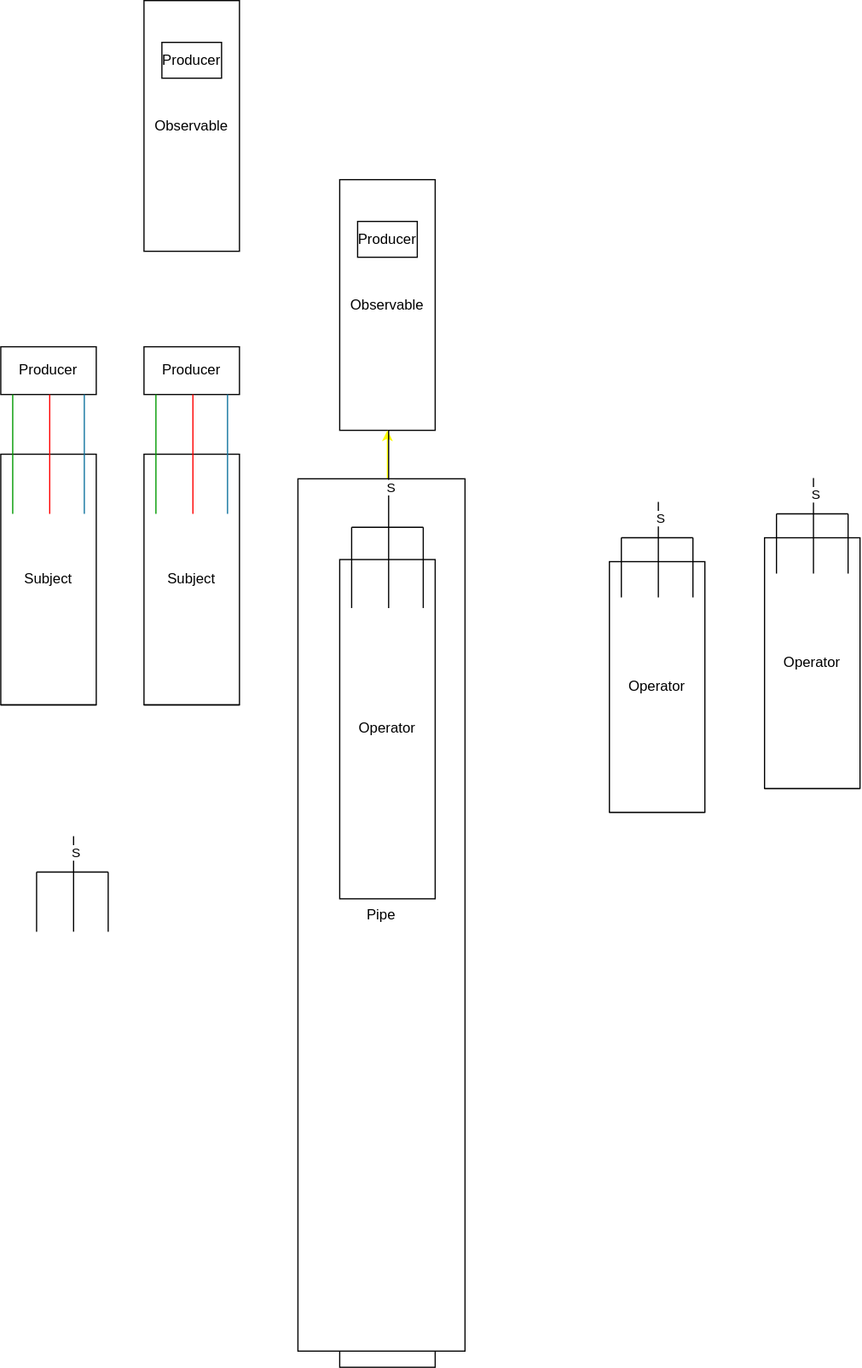
Above: RxJs Observables.drawio.svg in hansschenker/rx-angular-state-counter-demo-hans (draw.io), before the change. Source tidied: cells renumbered, new cells last; positions are measured from the earlier drawing's top-left corner, leaving out a move shared by most shapes.
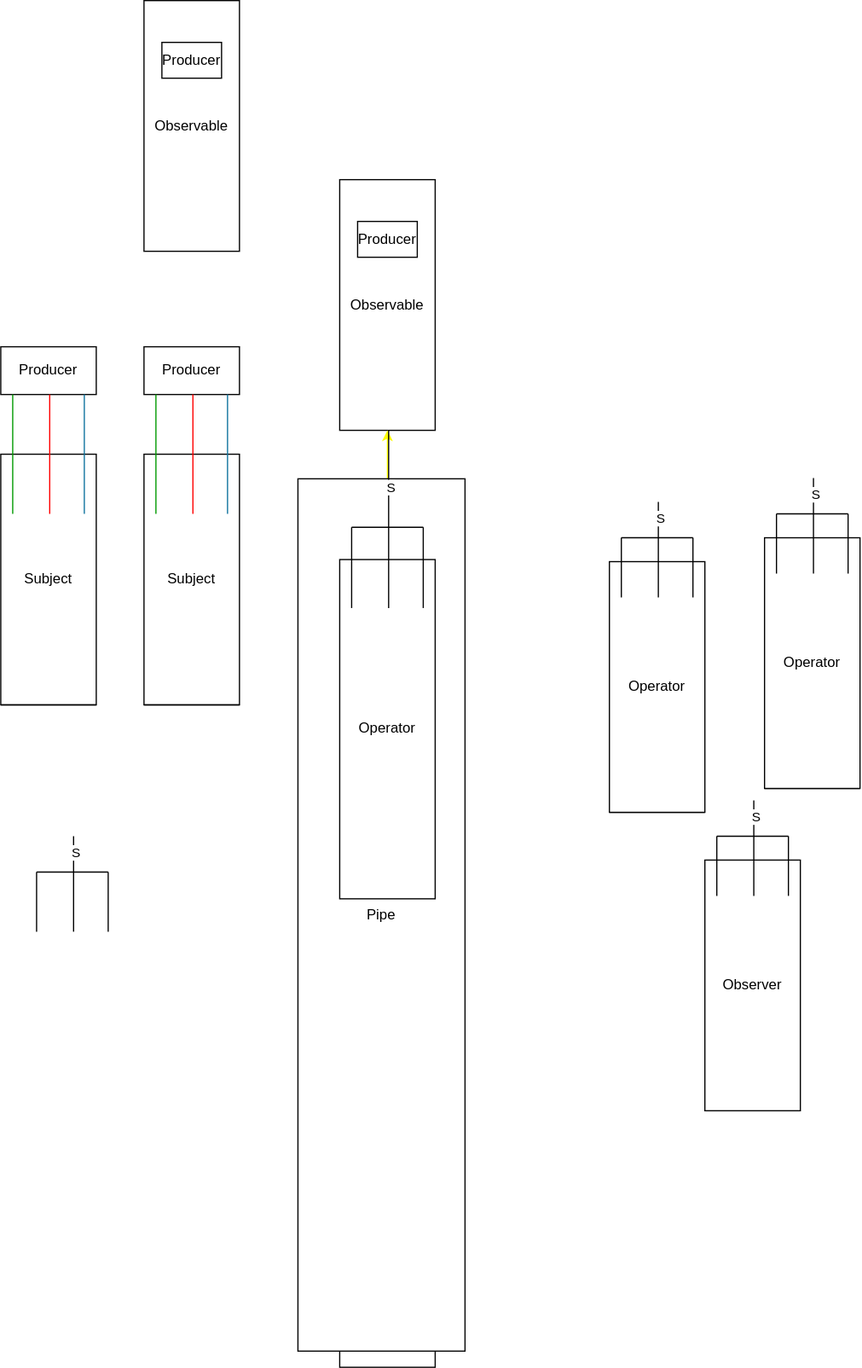
The same file after the commit.

Change to the diagram source:
```diff
@@ -337,5 +337,49 @@
         <mxPoint x="60" y="81.2" as="targetPoint" />
       </mxGeometry>
     </mxCell>
+    <mxCell id="74" style="group;" parent="1" vertex="1">
+      <mxGeometry x="590" y="670" width="80" height="260" as="geometry" />
+    </mxCell>
+    <mxCell id="75" style="endArrow=none;html=1;rounded=0;" parent="74" edge="1">
+      <mxGeometry x="-10" y="230" as="geometry">
+        <mxPoint y="260" as="sourcePoint" />
+        <mxPoint x="80" y="260" as="targetPoint" />
+      </mxGeometry>
+    </mxCell>
+    <mxCell id="76" value="Observer" style="rounded=0;whiteSpace=wrap;html=1;direction=south;" parent="74" vertex="1">
+      <mxGeometry y="50" width="80" height="210" as="geometry" />
+    </mxCell>
+    <mxCell id="77" style="group;" parent="74" vertex="1">
+      <mxGeometry x="10" width="60" height="80" as="geometry" />
+    </mxCell>
+    <mxCell id="78" style="endArrow=none;html=1;rounded=0;" parent="77" edge="1">
+      <mxGeometry x="-20" y="40" as="geometry">
+        <mxPoint x="31" as="sourcePoint" />
+        <mxPoint x="31" y="80" as="targetPoint" />
+      </mxGeometry>
+    </mxCell>
+    <mxCell id="79" value="S" style="edgeLabel;html=1;align=center;verticalAlign=middle;" parent="78" vertex="1">
+      <mxGeometry relative="1" as="geometry">
+        <mxPoint x="1" y="-27" as="offset" />
+      </mxGeometry>
+    </mxCell>
+    <mxCell id="80" style="endArrow=none;html=1;rounded=0;" parent="77" edge="1">
+      <mxGeometry x="-20" y="40" as="geometry">
+        <mxPoint y="30" as="sourcePoint" />
+        <mxPoint y="80" as="targetPoint" />
+      </mxGeometry>
+    </mxCell>
+    <mxCell id="81" style="endArrow=none;html=1;rounded=0;" parent="77" edge="1">
+      <mxGeometry x="-20" y="40" as="geometry">
+        <mxPoint x="60" y="30" as="sourcePoint" />
+        <mxPoint x="60" y="80" as="targetPoint" />
+      </mxGeometry>
+    </mxCell>
+    <mxCell id="82" style="endArrow=none;html=1;rounded=0;" parent="77" edge="1">
+      <mxGeometry relative="1" as="geometry">
+        <mxPoint y="30" as="sourcePoint" />
+        <mxPoint x="60" y="30" as="targetPoint" />
+      </mxGeometry>
+    </mxCell>
   </root>
 </mxGraphModel>
```
